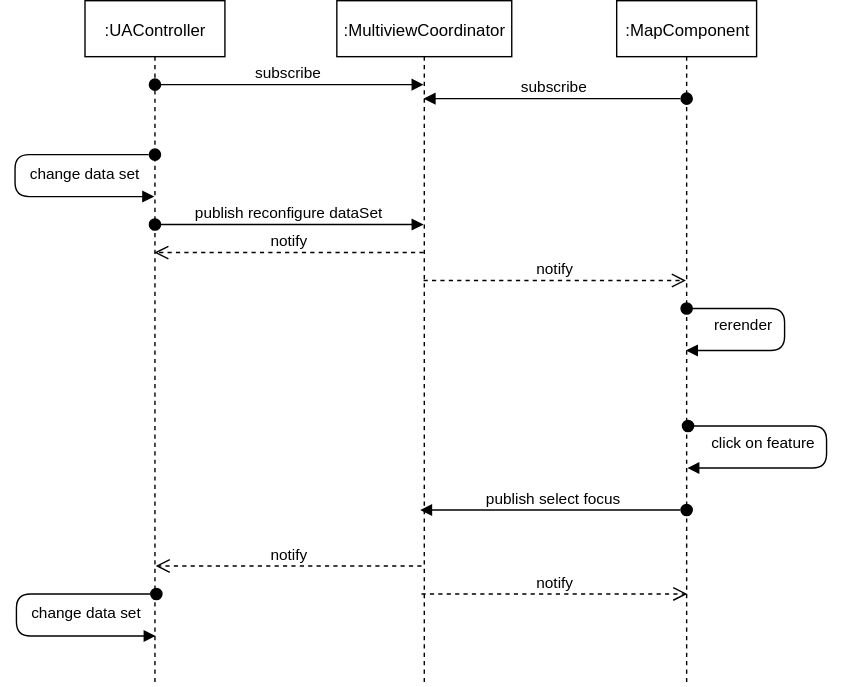
Before: figures/implementation/SequenceDiagram.svg, a diagram exported from draw.io (roschaefer/master-thesis). Source tidied: cells renumbered, new cells last; positions are measured from the earlier drawing's top-left corner, leaving out a move shared by most shapes.
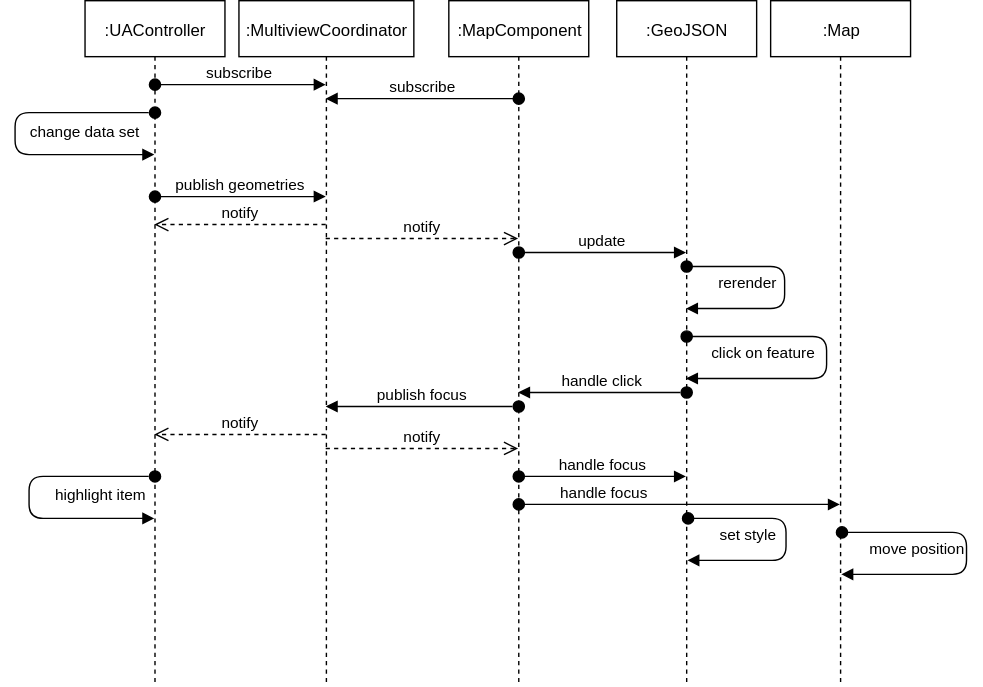
The same file after the commit.

Commit message:
Update sequence diagram

Diff of the diagram source:
```diff
@@ -3,7 +3,7 @@
     <mxCell id="0" />
     <mxCell id="1" parent="0" />
     <mxCell id="2" value=":UAController" style="shape=umlLifeline;perimeter=lifelinePerimeter;whiteSpace=wrap;html=1;outlineConnect=0;" parent="1" vertex="1">
-      <mxGeometry x="50" width="100" height="490" as="geometry" />
+      <mxGeometry x="80" width="100" height="490" as="geometry" />
     </mxCell>
     <mxCell id="3" value="subscribe" style="html=1;verticalAlign=bottom;startArrow=oval;startFill=1;endArrow=block;startSize=8;" parent="2" edge="1" target="4">
       <mxGeometry relative="1" as="geometry">
@@ -11,10 +11,10 @@
       </mxGeometry>
     </mxCell>
     <mxCell id="4" value=":MultiviewCoordinator" style="shape=umlLifeline;perimeter=lifelinePerimeter;whiteSpace=wrap;html=1;outlineConnect=0;" parent="1" vertex="1">
-      <mxGeometry x="230" width="125" height="490" as="geometry" />
+      <mxGeometry x="190" width="125" height="490" as="geometry" />
     </mxCell>
     <mxCell id="5" value=":MapComponent" style="shape=umlLifeline;perimeter=lifelinePerimeter;whiteSpace=wrap;html=1;outlineConnect=0;" parent="1" vertex="1">
-      <mxGeometry x="430" width="100" height="490" as="geometry" />
+      <mxGeometry x="340" width="100" height="490" as="geometry" />
     </mxCell>
     <mxCell id="6" value="subscribe" style="html=1;verticalAlign=bottom;startArrow=oval;startFill=1;endArrow=block;startSize=8;" parent="1" edge="1" source="5" target="4">
       <mxGeometry relative="1" as="geometry">
@@ -26,92 +26,142 @@
     <mxCell id="7" value="change data set" style="html=1;verticalAlign=bottom;startArrow=oval;startFill=1;endArrow=block;startSize=8;" parent="1" edge="1" source="2" target="2">
       <mxGeometry x="0.05" y="50" relative="1" as="geometry">
         <Array as="points">
-          <mxPoint y="110" />
-          <mxPoint y="140" />
+          <mxPoint x="30" y="80" />
+          <mxPoint x="30" y="110" />
+          <mxPoint x="80" y="110" />
         </Array>
         <mxPoint y="1" as="offset" />
       </mxGeometry>
     </mxCell>
-    <mxCell id="8" value="publish reconfigure dataSet" style="html=1;verticalAlign=bottom;startArrow=oval;startFill=1;endArrow=block;startSize=8;" parent="1" edge="1" source="2" target="4">
+    <mxCell id="8" value="publish geometries" style="html=1;verticalAlign=bottom;startArrow=oval;startFill=1;endArrow=block;startSize=8;" parent="1" edge="1" source="2" target="4">
       <mxGeometry relative="1" as="geometry">
         <Array as="points">
-          <mxPoint x="200" y="160" />
+          <mxPoint x="200" y="140" />
         </Array>
       </mxGeometry>
     </mxCell>
     <mxCell id="9" value="notify" style="html=1;verticalAlign=bottom;endArrow=open;dashed=1;endSize=8;" parent="1" edge="1" source="4" target="2">
       <mxGeometry relative="1" as="geometry">
         <Array as="points">
-          <mxPoint x="190" y="180" />
+          <mxPoint x="190" y="160" />
         </Array>
       </mxGeometry>
     </mxCell>
     <mxCell id="10" value="notify" style="html=1;verticalAlign=bottom;endArrow=open;dashed=1;endSize=8;" parent="1" edge="1" source="4" target="5">
       <mxGeometry relative="1" as="geometry">
         <Array as="points">
-          <mxPoint x="370" y="200" />
+          <mxPoint x="340" y="170" />
         </Array>
       </mxGeometry>
     </mxCell>
-    <mxCell id="11" value="rerender" style="html=1;verticalAlign=bottom;startArrow=oval;startFill=1;endArrow=block;startSize=8;" parent="1" edge="1" source="5" target="5">
-      <mxGeometry x="0.53" y="-10" relative="1" as="geometry">
+    <mxCell id="11" value="rerender" style="html=1;verticalAlign=bottom;startArrow=oval;startFill=1;endArrow=block;startSize=8;" parent="1" edge="1" source="17" target="17">
+      <mxGeometry x="0.5" y="-10" relative="1" as="geometry">
         <Array as="points">
-          <mxPoint x="520" y="220" />
-          <mxPoint x="550" y="220" />
-          <mxPoint x="550" y="250" />
-          <mxPoint x="510" y="250" />
+          <mxPoint x="540" y="190" />
+          <mxPoint x="580" y="190" />
+          <mxPoint x="580" y="220" />
         </Array>
+        <mxPoint x="1" as="offset" />
       </mxGeometry>
     </mxCell>
-    <mxCell id="12" value="click on feature" style="html=1;verticalAlign=bottom;startArrow=oval;startFill=1;endArrow=block;startSize=8;" parent="1" edge="1">
-      <mxGeometry x="0.53" y="-10" relative="1" as="geometry">
-        <mxPoint x="480.5" y="304" as="sourcePoint" />
-        <mxPoint x="480.5" y="334" as="targetPoint" />
+    <mxCell id="12" value="click on feature" style="html=1;verticalAlign=bottom;startArrow=oval;startFill=1;endArrow=block;startSize=8;" parent="1" edge="1" source="17" target="17">
+      <mxGeometry x="0.52" y="-10" relative="1" as="geometry">
         <Array as="points">
-          <mxPoint x="521" y="304" />
-          <mxPoint x="580" y="304" />
-          <mxPoint x="580" y="334" />
-          <mxPoint x="511" y="334" />
+          <mxPoint x="560" y="240" />
+          <mxPoint x="610" y="240" />
+          <mxPoint x="610" y="270" />
         </Array>
       </mxGeometry>
     </mxCell>
-    <mxCell id="13" value="publish select focus " style="html=1;verticalAlign=bottom;startArrow=oval;startFill=1;endArrow=block;startSize=8;" parent="1" edge="1">
+    <mxCell id="13" value=" publish focus " style="html=1;verticalAlign=bottom;startArrow=oval;startFill=1;endArrow=block;startSize=8;" parent="1" edge="1" source="5" target="4">
       <mxGeometry relative="1" as="geometry">
-        <mxPoint x="479.5" y="364" as="sourcePoint" />
-        <mxPoint x="289.5" y="364" as="targetPoint" />
         <Array as="points">
-          <mxPoint x="390" y="364" />
+          <mxPoint x="320" y="290" />
         </Array>
       </mxGeometry>
     </mxCell>
-    <mxCell id="14" value="notify" style="html=1;verticalAlign=bottom;endArrow=open;dashed=1;endSize=8;" parent="1" edge="1">
+    <mxCell id="14" value="notify" style="html=1;verticalAlign=bottom;endArrow=open;dashed=1;endSize=8;" parent="1" edge="1" source="4" target="2">
       <mxGeometry relative="1" as="geometry">
-        <mxPoint x="290.5" y="404" as="sourcePoint" />
-        <mxPoint x="100.5" y="404" as="targetPoint" />
         <Array as="points">
-          <mxPoint x="191" y="404" />
+          <mxPoint x="200" y="310" />
         </Array>
       </mxGeometry>
     </mxCell>
-    <mxCell id="15" value="notify" style="html=1;verticalAlign=bottom;endArrow=open;dashed=1;endSize=8;" parent="1" edge="1">
+    <mxCell id="15" value="notify" style="html=1;verticalAlign=bottom;endArrow=open;dashed=1;endSize=8;" parent="1" edge="1" source="4" target="5">
       <mxGeometry relative="1" as="geometry">
-        <mxPoint x="290.5" y="424" as="sourcePoint" />
-        <mxPoint x="480.5" y="424" as="targetPoint" />
         <Array as="points">
-          <mxPoint x="371" y="424" />
+          <mxPoint x="360" y="320" />
         </Array>
       </mxGeometry>
     </mxCell>
-    <mxCell id="16" value="change data set" style="html=1;verticalAlign=bottom;startArrow=oval;startFill=1;endArrow=block;startSize=8;" parent="1" edge="1">
+    <mxCell id="16" value="highlight item" style="html=1;verticalAlign=bottom;startArrow=oval;startFill=1;endArrow=block;startSize=8;" parent="1" edge="1" source="2" target="2">
       <mxGeometry x="0.05" y="50" relative="1" as="geometry">
-        <mxPoint x="100.5" y="424" as="sourcePoint" />
-        <mxPoint x="100.5" y="454" as="targetPoint" />
         <Array as="points">
-          <mxPoint x="1" y="424" />
-          <mxPoint x="1" y="454" />
+          <mxPoint x="40" y="340" />
+          <mxPoint x="40" y="370" />
         </Array>
         <mxPoint y="1" as="offset" />
       </mxGeometry>
     </mxCell>
+    <mxCell id="17" value=":GeoJSON" style="shape=umlLifeline;perimeter=lifelinePerimeter;whiteSpace=wrap;html=1;outlineConnect=0;" parent="1" vertex="1">
+      <mxGeometry x="460" width="100" height="490" as="geometry" />
+    </mxCell>
+    <mxCell id="18" value=":Map" style="shape=umlLifeline;perimeter=lifelinePerimeter;whiteSpace=wrap;html=1;outlineConnect=0;" parent="1" vertex="1">
+      <mxGeometry x="570" width="100" height="490" as="geometry" />
+    </mxCell>
+    <mxCell id="19" value="handle click" style="html=1;verticalAlign=bottom;startArrow=oval;startFill=1;endArrow=block;startSize=8;" parent="1" edge="1" source="17" target="5">
+      <mxGeometry relative="1" as="geometry">
+        <Array as="points">
+          <mxPoint x="450" y="280" />
+        </Array>
+      </mxGeometry>
+    </mxCell>
+    <mxCell id="20" value="update" style="html=1;verticalAlign=bottom;startArrow=oval;startFill=1;endArrow=block;startSize=8;" parent="1" edge="1" source="5" target="17">
+      <mxGeometry relative="1" as="geometry">
+        <Array as="points">
+          <mxPoint x="460" y="180" />
+        </Array>
+      </mxGeometry>
+    </mxCell>
+    <mxCell id="21" value="handle focus" style="html=1;verticalAlign=bottom;startArrow=oval;startFill=1;endArrow=block;startSize=8;" parent="1" edge="1" target="17">
+      <mxGeometry relative="1" as="geometry">
+        <mxPoint x="390" y="340" as="sourcePoint" />
+        <Array as="points">
+          <mxPoint x="451" y="340" />
+        </Array>
+      </mxGeometry>
+    </mxCell>
+    <mxCell id="22" value="set style" style="html=1;verticalAlign=bottom;startArrow=oval;startFill=1;endArrow=block;startSize=8;" parent="1" edge="1">
+      <mxGeometry x="0.5" y="-10" relative="1" as="geometry">
+        <mxPoint x="510.5" y="370" as="sourcePoint" />
+        <mxPoint x="510.5" y="400" as="targetPoint" />
+        <Array as="points">
+          <mxPoint x="541" y="370" />
+          <mxPoint x="581" y="370" />
+          <mxPoint x="581" y="400" />
+        </Array>
+        <mxPoint x="1" as="offset" />
+      </mxGeometry>
+    </mxCell>
+    <mxCell id="23" value="handle focus" style="html=1;verticalAlign=bottom;startArrow=oval;startFill=1;endArrow=block;startSize=8;" parent="1" edge="1" source="5" target="18">
+      <mxGeometry x="-0.3" y="-20" relative="1" as="geometry">
+        <Array as="points">
+          <mxPoint x="470" y="360" />
+        </Array>
+        <mxPoint x="-20" y="-20" as="offset" />
+      </mxGeometry>
+    </mxCell>
+    <mxCell id="24" value="move position" style="html=1;verticalAlign=bottom;startArrow=oval;startFill=1;endArrow=block;startSize=8;" parent="1" edge="1">
+      <mxGeometry x="0.5" y="-10" relative="1" as="geometry">
+        <mxPoint x="620.5" y="380" as="sourcePoint" />
+        <mxPoint x="620.5" y="410" as="targetPoint" />
+        <Array as="points">
+          <mxPoint x="651" y="380" />
+          <mxPoint x="710" y="380" />
+          <mxPoint x="710" y="410" />
+        </Array>
+        <mxPoint x="1" as="offset" />
+      </mxGeometry>
+    </mxCell>
   </root>
 </mxGraphModel>
```
